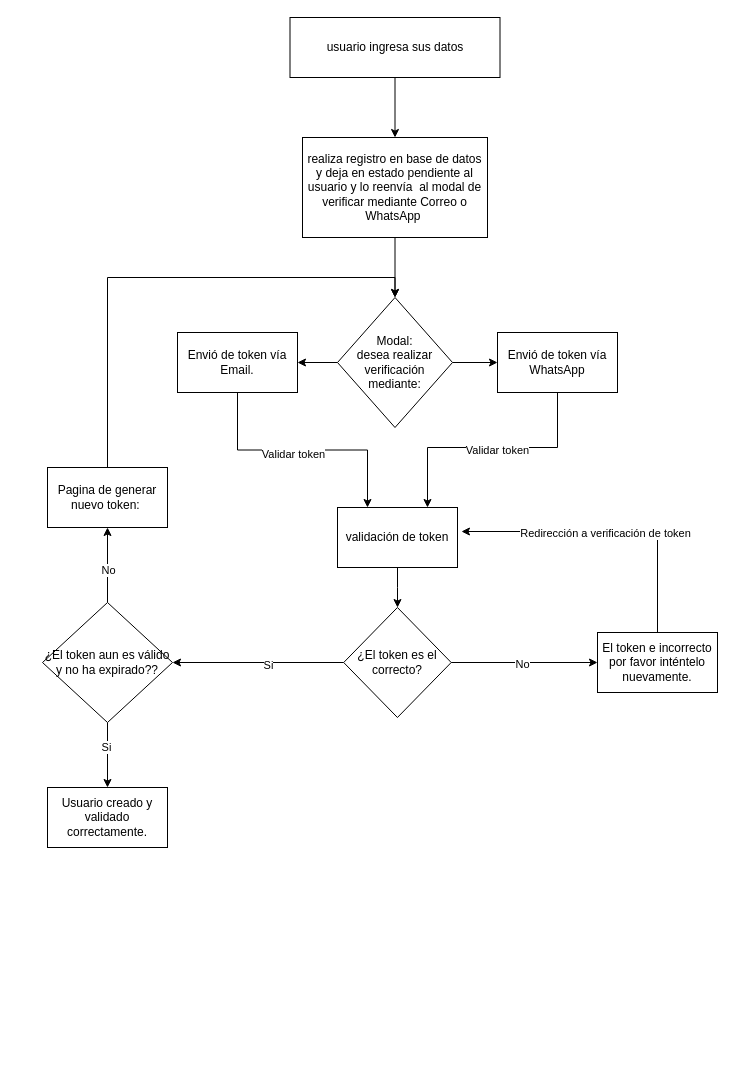
Earlier version of the draw.io diagram assets/Diagrama sin título.drawio (Andreszxc2001/maquetacion). Source tidied: cells renumbered, new cells numbered last; positions are measured from the earlier drawing's top-left corner, leaving out a move shared by most shapes. Both pictures are drawn from the tidied source at 100%, with x=0, y=0 at pixel (42, 17).
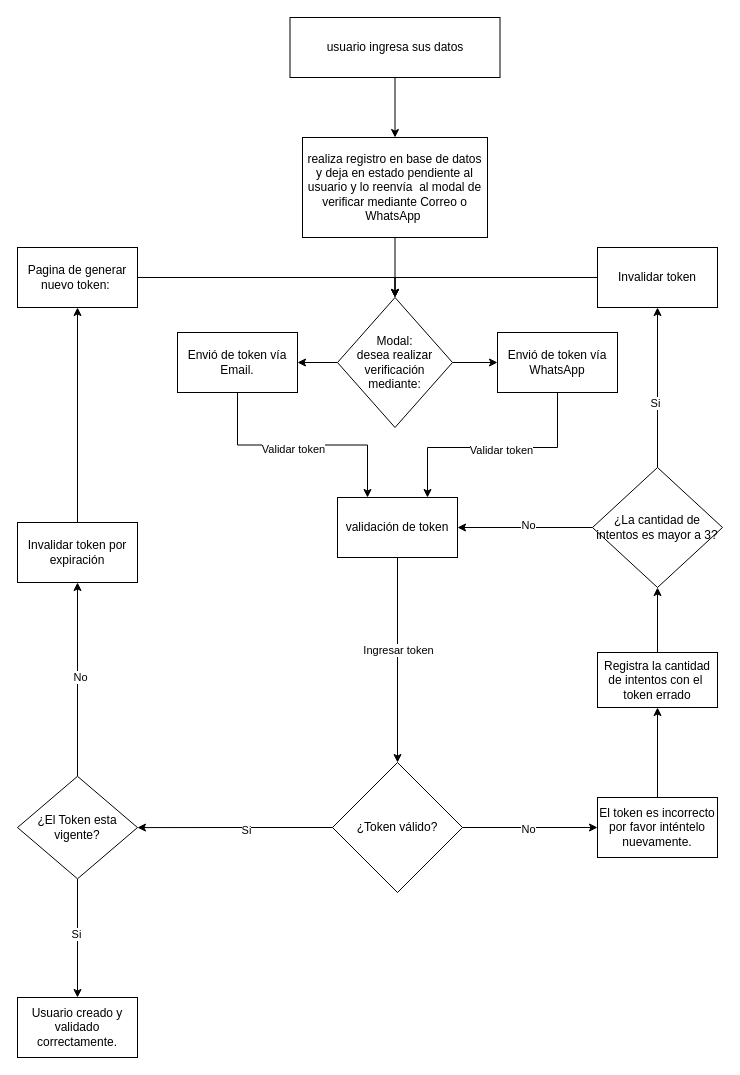
The same page after the edit.

Unchanged cells that the change refers to:
```xml
<mxCell id="8" value="Modal:&lt;div&gt;desea realizar verificación mediante:&lt;/div&gt;" style="rhombus;whiteSpace=wrap;html=1;rounded=0;" parent="1" vertex="1">
  <mxGeometry x="295" y="280" width="115" height="130" as="geometry" />
</mxCell>
```

The edit, as a diff of the source:
```diff
@@
-    <mxCell id="15" style="edgeStyle=orthogonalEdgeStyle;rounded=0;jettySize=auto;html=1;" parent="1" edge="1" source="16" target="21">
-      <mxGeometry relative="1" as="geometry" />
-    </mxCell>
+    <mxCell id="33" style="edgeStyle=orthogonalEdgeStyle;rounded=0;jettySize=auto;html=1;exitX=0.5;exitY=1;exitDx=0;exitDy=0;entryX=0.5;entryY=0;entryDx=0;entryDy=0;" parent="1" edge="1" source="16" target="27">
+      <mxGeometry relative="1" as="geometry" />
+    </mxCell>
+    <mxCell id="34" value="Ingresar token" style="edgeLabel;html=1;align=center;verticalAlign=middle;" parent="33" vertex="1">
+      <mxGeometry x="-0.1" relative="1" as="geometry" />
+    </mxCell>
     <mxCell id="16" value="validación de token" style="rounded=0;whiteSpace=wrap;html=1;" parent="1" vertex="1">
-      <mxGeometry x="295" y="490" width="120" height="60" as="geometry" />
+      <mxGeometry x="295" y="480" width="120" height="60" as="geometry" />
     </mxCell>
-    <mxCell id="17" style="edgeStyle=orthogonalEdgeStyle;rounded=0;jettySize=auto;html=1;" parent="1" edge="1" source="21" target="22">
+    <mxCell id="17" style="edgeStyle=orthogonalEdgeStyle;rounded=0;jettySize=auto;html=1;exitX=1;exitY=0.5;exitDx=0;exitDy=0;" parent="1" edge="1" source="27" target="22">
       <mxGeometry relative="1" as="geometry" />
     </mxCell>
@@
-    <mxCell id="19" style="edgeStyle=orthogonalEdgeStyle;rounded=0;jettySize=auto;html=1;entryX=1;entryY=0.5;entryDx=0;entryDy=0;" parent="1" edge="1" source="21" target="27">
-      <mxGeometry relative="1" as="geometry" />
-    </mxCell>
-    <mxCell id="20" value="Si" style="edgeLabel;html=1;align=center;verticalAlign=middle;" parent="19" vertex="1">
-      <mxGeometry x="-0.11" y="2" relative="1" as="geometry" />
-    </mxCell>
-    <mxCell id="21" value="¿El token es el correcto?" style="rhombus;whiteSpace=wrap;html=1;rounded=0;" parent="1" vertex="1">
-      <mxGeometry x="301.2" y="590" width="107.5" height="110" as="geometry" />
-    </mxCell>
+    <mxCell id="35" style="edgeStyle=orthogonalEdgeStyle;rounded=0;jettySize=auto;html=1;" parent="1" edge="1" source="22" target="39">
+      <mxGeometry relative="1" as="geometry" />
+    </mxCell>
-    <mxCell id="22" value="El token e incorrecto por favor inténtelo nuevamente." style="whiteSpace=wrap;html=1;rounded=0;" parent="1" vertex="1">
-      <mxGeometry x="555" y="615" width="120" height="60" as="geometry" />
+    <mxCell id="22" value="El token es incorrecto por favor inténtelo nuevamente." style="whiteSpace=wrap;html=1;rounded=0;" parent="1" vertex="1">
+      <mxGeometry x="555" y="780" width="120" height="60" as="geometry" />
     </mxCell>
-    <mxCell id="23" style="edgeStyle=orthogonalEdgeStyle;rounded=0;jettySize=auto;html=1;" parent="1" edge="1" source="27" target="29">
-      <mxGeometry relative="1" as="geometry" />
-    </mxCell>
-    <mxCell id="24" value="No" style="edgeLabel;html=1;align=center;verticalAlign=middle;" parent="23" vertex="1">
-      <mxGeometry x="-0.12" relative="1" as="geometry" />
-    </mxCell>
-    <mxCell id="25" style="edgeStyle=orthogonalEdgeStyle;rounded=0;jettySize=auto;html=1;" parent="1" edge="1" source="27" target="30">
-      <mxGeometry relative="1" as="geometry" />
-    </mxCell>
-    <mxCell id="26" value="Si" style="edgeLabel;html=1;align=center;verticalAlign=middle;" parent="25" vertex="1">
-      <mxGeometry x="-0.25" y="-2" relative="1" as="geometry" />
-    </mxCell>
+    <mxCell id="36" style="edgeStyle=orthogonalEdgeStyle;rounded=0;jettySize=auto;html=1;" parent="1" edge="1" source="27" target="51">
+      <mxGeometry relative="1" as="geometry" />
+    </mxCell>
+    <mxCell id="37" value="Si" style="edgeLabel;html=1;align=center;verticalAlign=middle;" parent="36" vertex="1">
+      <mxGeometry x="-0.11" y="2" relative="1" as="geometry" />
+    </mxCell>
-    <mxCell id="27" value="¿El token aun es válido y no ha expirado??" style="rhombus;whiteSpace=wrap;html=1;" parent="1" vertex="1">
-      <mxGeometry y="585" width="130" height="120" as="geometry" />
+    <mxCell id="27" value="¿Token válido?" style="rhombus;whiteSpace=wrap;html=1;" parent="1" vertex="1">
+      <mxGeometry x="290" y="745" width="130" height="130" as="geometry" />
     </mxCell>
-    <mxCell id="28" style="edgeStyle=orthogonalEdgeStyle;rounded=0;jettySize=auto;html=1;exitX=0.5;exitY=0;exitDx=0;exitDy=0;entryX=0.5;entryY=0;entryDx=0;entryDy=0;" parent="1" edge="1" source="29" target="8">
+    <mxCell id="28" style="edgeStyle=orthogonalEdgeStyle;rounded=0;jettySize=auto;html=1;entryX=0.5;entryY=0;entryDx=0;entryDy=0;exitX=1;exitY=0.5;exitDx=0;exitDy=0;" parent="1" edge="1" source="29" target="8">
       <mxGeometry relative="1" as="geometry" />
     </mxCell>
     <mxCell id="29" value="Pagina de generar nuevo token:&lt;span style=&quot;background-color: transparent; color: light-dark(rgb(0, 0, 0), rgb(255, 255, 255));&quot;&gt;&amp;nbsp;&lt;/span&gt;" style="whiteSpace=wrap;html=1;" parent="1" vertex="1">
-      <mxGeometry x="5" y="450" width="120" height="60" as="geometry" />
+      <mxGeometry x="-25" y="230" width="120" height="60" as="geometry" />
     </mxCell>
     <mxCell id="30" value="Usuario creado y validado correctamente." style="whiteSpace=wrap;html=1;" parent="1" vertex="1">
-      <mxGeometry x="5" y="770" width="120" height="60" as="geometry" />
+      <mxGeometry x="-25" y="980" width="120" height="60" as="geometry" />
     </mxCell>
-    <mxCell id="31" style="edgeStyle=orthogonalEdgeStyle;rounded=0;jettySize=auto;html=1;entryX=1.033;entryY=0.4;entryDx=0;entryDy=0;entryPerimeter=0;" parent="1" edge="1" source="22" target="16">
-      <mxGeometry relative="1" as="geometry">
-        <Array as="points">
-          <mxPoint x="615" y="514" />
-        </Array>
-      </mxGeometry>
-    </mxCell>
-    <mxCell id="32" value="Redirección a verificación de token" style="edgeLabel;html=1;align=center;verticalAlign=middle;" parent="31" vertex="1">
-      <mxGeometry x="0.04" y="1" relative="1" as="geometry" />
-    </mxCell>
+    <mxCell id="38" style="edgeStyle=orthogonalEdgeStyle;rounded=0;jettySize=auto;html=1;" parent="1" edge="1" source="39" target="44">
+      <mxGeometry relative="1" as="geometry" />
+    </mxCell>
+    <mxCell id="39" value="Registra la cantidad de intentos con el&amp;nbsp; token errado" style="whiteSpace=wrap;html=1;rounded=0;" parent="1" vertex="1">
+      <mxGeometry x="555" y="635" width="120" height="55" as="geometry" />
+    </mxCell>
+    <mxCell id="40" style="edgeStyle=orthogonalEdgeStyle;rounded=0;jettySize=auto;html=1;entryX=1;entryY=0.5;entryDx=0;entryDy=0;" parent="1" edge="1" source="44" target="16">
+      <mxGeometry relative="1" as="geometry" />
+    </mxCell>
+    <mxCell id="41" value="No" style="edgeLabel;html=1;align=center;verticalAlign=middle;" parent="40" vertex="1">
+      <mxGeometry x="-0.04" y="-3" relative="1" as="geometry" />
+    </mxCell>
+    <mxCell id="42" style="edgeStyle=orthogonalEdgeStyle;rounded=0;jettySize=auto;html=1;exitX=0.5;exitY=0;exitDx=0;exitDy=0;entryX=0.5;entryY=1;entryDx=0;entryDy=0;" parent="1" edge="1" source="44" target="46">
+      <mxGeometry relative="1" as="geometry" />
+    </mxCell>
+    <mxCell id="43" value="Si" style="edgeLabel;html=1;align=center;verticalAlign=middle;" parent="42" vertex="1">
+      <mxGeometry x="-0.19" y="3" relative="1" as="geometry" />
+    </mxCell>
+    <mxCell id="44" value="¿La cantidad de intentos es mayor a 3?" style="rhombus;whiteSpace=wrap;html=1;rounded=0;" parent="1" vertex="1">
+      <mxGeometry x="550" y="450" width="130" height="120" as="geometry" />
+    </mxCell>
+    <mxCell id="45" style="edgeStyle=orthogonalEdgeStyle;rounded=0;jettySize=auto;html=1;entryX=0.5;entryY=0;entryDx=0;entryDy=0;" parent="1" edge="1" source="46" target="8">
+      <mxGeometry relative="1" as="geometry" />
+    </mxCell>
+    <mxCell id="46" value="Invalidar token" style="whiteSpace=wrap;html=1;" parent="1" vertex="1">
+      <mxGeometry x="555" y="230" width="120" height="60" as="geometry" />
+    </mxCell>
+    <mxCell id="47" style="edgeStyle=orthogonalEdgeStyle;rounded=0;jettySize=auto;html=1;entryX=0.5;entryY=0;entryDx=0;entryDy=0;" parent="1" edge="1" source="51" target="30">
+      <mxGeometry relative="1" as="geometry" />
+    </mxCell>
+    <mxCell id="48" value="Si" style="edgeLabel;html=1;align=center;verticalAlign=middle;" parent="47" vertex="1">
+      <mxGeometry x="-0.07" y="-2" relative="1" as="geometry" />
+    </mxCell>
+    <mxCell id="49" style="edgeStyle=orthogonalEdgeStyle;rounded=0;jettySize=auto;html=1;" parent="1" edge="1" source="51" target="53">
+      <mxGeometry relative="1" as="geometry" />
+    </mxCell>
+    <mxCell id="50" value="No" style="edgeLabel;html=1;align=center;verticalAlign=middle;" parent="49" vertex="1">
+      <mxGeometry x="0.02" y="-2" relative="1" as="geometry" />
+    </mxCell>
+    <mxCell id="51" value="¿El Token esta vigente?" style="rhombus;whiteSpace=wrap;html=1;" parent="1" vertex="1">
+      <mxGeometry x="-25" y="758.8" width="120" height="102.5" as="geometry" />
+    </mxCell>
+    <mxCell id="52" style="edgeStyle=orthogonalEdgeStyle;rounded=0;jettySize=auto;html=1;exitX=0.5;exitY=0;exitDx=0;exitDy=0;entryX=0.5;entryY=1;entryDx=0;entryDy=0;" parent="1" edge="1" source="53" target="29">
+      <mxGeometry relative="1" as="geometry" />
+    </mxCell>
+    <mxCell id="53" value="Invalidar token por expiración" style="whiteSpace=wrap;html=1;" parent="1" vertex="1">
+      <mxGeometry x="-25" y="505" width="120" height="60" as="geometry" />
+    </mxCell>
```
